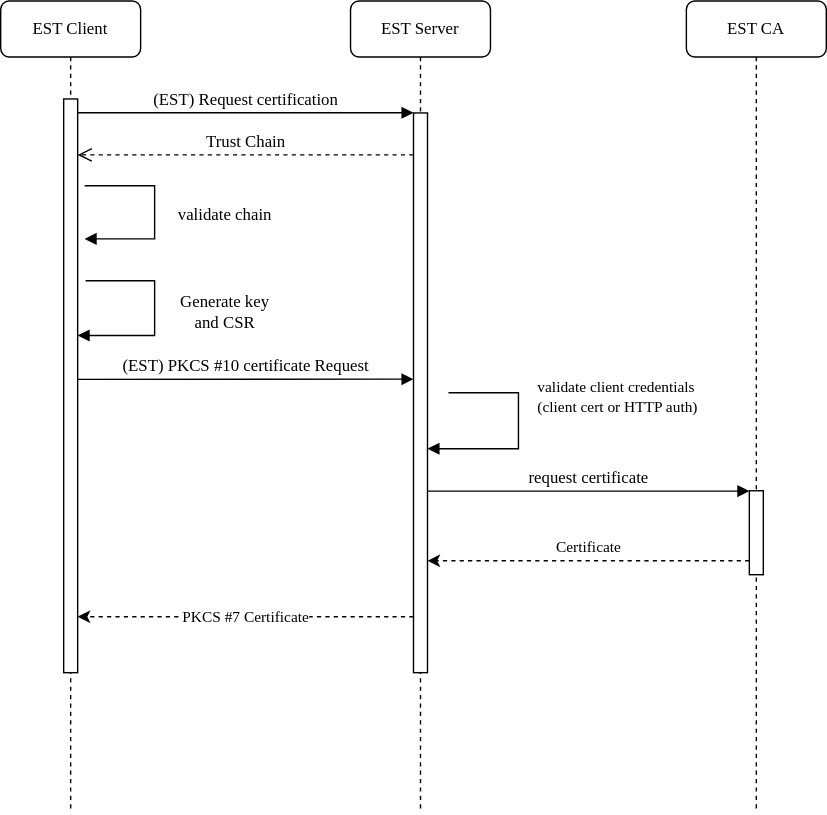
The draw.io diagram doc/EST process.drawio.svg in Cumulocity-IoT/cumulocity-pki-integration, before a commit. Source tidied: cells renumbered, new cells last; positions are measured from the earlier drawing's top-left corner, leaving out a move shared by most shapes. The source it was exported from:
```xml
<mxGraphModel>
  <root>
    <mxCell id="0" />
    <mxCell id="1" parent="0" />
    <mxCell id="2" value="EST Client" style="shape=umlLifeline;perimeter=lifelinePerimeter;whiteSpace=wrap;html=1;rounded=1;shadow=0;comic=0;labelBackgroundColor=none;strokeWidth=1;fontFamily=Verdana;fontSize=12;align=center;" parent="1" vertex="1">
      <mxGeometry width="100" height="580" as="geometry" />
    </mxCell>
    <mxCell id="3" value="EST Server" style="shape=umlLifeline;perimeter=lifelinePerimeter;whiteSpace=wrap;html=1;rounded=1;shadow=0;comic=0;labelBackgroundColor=none;strokeWidth=1;fontFamily=Verdana;fontSize=12;align=center;" parent="1" vertex="1">
      <mxGeometry x="250" width="100" height="580" as="geometry" />
    </mxCell>
    <mxCell id="4" style="html=1;points=[];perimeter=orthogonalPerimeter;rounded=0;shadow=0;comic=0;labelBackgroundColor=none;strokeWidth=1;fontFamily=Verdana;fontSize=12;align=center;" parent="3" vertex="1">
      <mxGeometry x="-205" y="70" width="10" height="410" as="geometry" />
    </mxCell>
    <mxCell id="5" value="PKCS #7 Certificate" style="edgeStyle=orthogonalEdgeStyle;rounded=0;jettySize=auto;html=1;dashed=1;fontFamily=Verdana;" parent="3" edge="1" source="6" target="4">
      <mxGeometry relative="1" as="geometry">
        <Array as="points">
          <mxPoint x="-150" y="440" />
          <mxPoint x="-150" y="440" />
        </Array>
      </mxGeometry>
    </mxCell>
    <mxCell id="6" style="html=1;points=[];perimeter=orthogonalPerimeter;rounded=0;shadow=0;comic=0;labelBackgroundColor=none;strokeWidth=1;fontFamily=Verdana;fontSize=12;align=center;" parent="3" vertex="1">
      <mxGeometry x="45" y="80" width="10" height="400" as="geometry" />
    </mxCell>
    <mxCell id="7" value="(EST) Request certification" style="html=1;verticalAlign=bottom;endArrow=block;entryX=0;entryY=0;labelBackgroundColor=none;fontFamily=Verdana;fontSize=12;edgeStyle=elbowEdgeStyle;elbow=vertical;" parent="3" edge="1" source="4" target="6">
      <mxGeometry relative="1" as="geometry" />
    </mxCell>
    <mxCell id="8" value="Trust Chain" style="html=1;verticalAlign=bottom;endArrow=open;dashed=1;endSize=8;labelBackgroundColor=none;fontFamily=Verdana;fontSize=12;edgeStyle=elbowEdgeStyle;elbow=vertical;" parent="3" edge="1" source="6" target="4">
      <mxGeometry relative="1" as="geometry">
        <Array as="points">
          <mxPoint x="-10" y="110" />
          <mxPoint x="20" y="110" />
        </Array>
      </mxGeometry>
    </mxCell>
    <mxCell id="9" value="validate chain" style="html=1;verticalAlign=bottom;endArrow=block;labelBackgroundColor=none;fontFamily=Verdana;fontSize=12;elbow=vertical;edgeStyle=orthogonalEdgeStyle;entryX=1;entryY=0.286;entryPerimeter=0;rounded=0;" parent="3" edge="1">
      <mxGeometry x="0.16" y="50" relative="1" as="geometry">
        <mxPoint x="-190" y="132" as="sourcePoint" />
        <mxPoint x="-190" y="170" as="targetPoint" />
        <Array as="points">
          <mxPoint x="-140" y="132" />
          <mxPoint x="-140" y="170" />
        </Array>
      </mxGeometry>
    </mxCell>
    <mxCell id="10" value="Generate key&lt;br&gt;and CSR" style="html=1;verticalAlign=bottom;endArrow=block;labelBackgroundColor=none;fontFamily=Verdana;fontSize=12;elbow=vertical;edgeStyle=orthogonalEdgeStyle;exitX=1.066;exitY=0.713;exitPerimeter=0;rounded=0;" parent="3" edge="1">
      <mxGeometry x="0.23" y="-50" relative="1" as="geometry">
        <mxPoint x="-189.3" y="199.9" as="sourcePoint" />
        <mxPoint x="-195" y="239" as="targetPoint" />
        <Array as="points">
          <mxPoint x="-140" y="200" />
          <mxPoint x="-140" y="239" />
        </Array>
        <mxPoint x="50" y="50" as="offset" />
      </mxGeometry>
    </mxCell>
    <mxCell id="11" value="validate client credentials &lt;br&gt;(client cert or HTTP auth)" style="edgeStyle=orthogonalEdgeStyle;html=1;align=left;spacingLeft=2;endArrow=block;rounded=0;fontFamily=Verdana;" parent="3" edge="1" target="6">
      <mxGeometry x="-0.31" y="10" relative="1" as="geometry">
        <mxPoint x="70" y="280" as="sourcePoint" />
        <Array as="points">
          <mxPoint x="120" y="280" />
          <mxPoint x="120" y="320" />
        </Array>
      </mxGeometry>
    </mxCell>
    <mxCell id="12" value="EST CA" style="shape=umlLifeline;perimeter=lifelinePerimeter;whiteSpace=wrap;html=1;rounded=1;shadow=0;comic=0;labelBackgroundColor=none;strokeWidth=1;fontFamily=Verdana;fontSize=12;align=center;" parent="1" vertex="1">
      <mxGeometry x="490" width="100" height="580" as="geometry" />
    </mxCell>
    <mxCell id="13" style="html=1;points=[];perimeter=orthogonalPerimeter;rounded=0;shadow=0;comic=0;labelBackgroundColor=none;strokeWidth=1;fontFamily=Verdana;fontSize=12;align=center;" parent="12" vertex="1">
      <mxGeometry x="45" y="350" width="10" height="60" as="geometry" />
    </mxCell>
    <mxCell id="14" value="request certificate" style="html=1;verticalAlign=bottom;endArrow=block;entryX=0;entryY=0;labelBackgroundColor=none;fontFamily=Verdana;fontSize=12;edgeStyle=elbowEdgeStyle;elbow=vertical;" parent="1" edge="1" source="6" target="13">
      <mxGeometry relative="1" as="geometry" />
    </mxCell>
    <mxCell id="15" value="(EST) PKCS #10 certificate Request" style="html=1;verticalAlign=bottom;endArrow=block;entryX=0;entryY=0;labelBackgroundColor=none;fontFamily=Verdana;fontSize=12;edgeStyle=elbowEdgeStyle;elbow=vertical;" parent="1" edge="1">
      <mxGeometry relative="1" as="geometry">
        <mxPoint x="55" y="270.4" as="sourcePoint" />
        <mxPoint x="295" y="270.1" as="targetPoint" />
      </mxGeometry>
    </mxCell>
    <mxCell id="16" value="Certificate" style="edgeStyle=orthogonalEdgeStyle;rounded=0;jettySize=auto;html=1;dashed=1;fontFamily=Verdana;" parent="1" edge="1" source="13" target="6">
      <mxGeometry y="-10" relative="1" as="geometry">
        <Array as="points">
          <mxPoint x="470" y="400" />
          <mxPoint x="470" y="400" />
        </Array>
      </mxGeometry>
    </mxCell>
  </root>
</mxGraphModel>
```
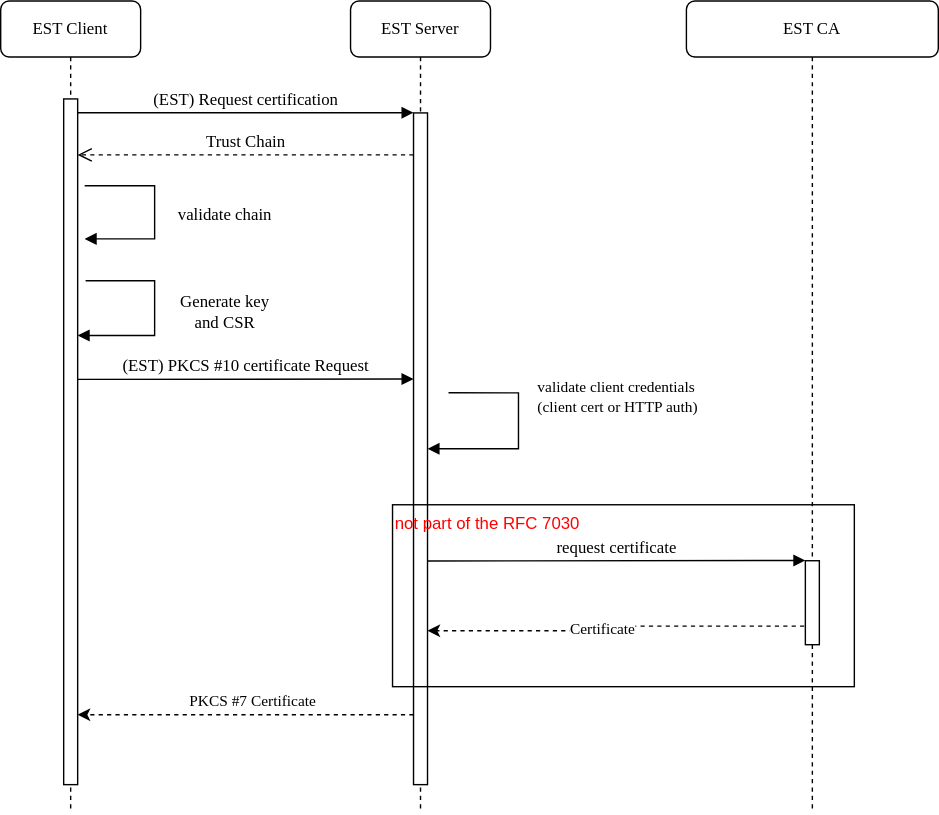
Later version of the same file.

What changed in the source:
```diff
@@ -9,18 +9,18 @@
       <mxGeometry x="250" width="100" height="580" as="geometry" />
     </mxCell>
     <mxCell id="4" style="html=1;points=[];perimeter=orthogonalPerimeter;rounded=0;shadow=0;comic=0;labelBackgroundColor=none;strokeWidth=1;fontFamily=Verdana;fontSize=12;align=center;" parent="3" vertex="1">
-      <mxGeometry x="-205" y="70" width="10" height="410" as="geometry" />
+      <mxGeometry x="-205" y="70" width="10" height="490" as="geometry" />
     </mxCell>
     <mxCell id="5" value="PKCS #7 Certificate" style="edgeStyle=orthogonalEdgeStyle;rounded=0;jettySize=auto;html=1;dashed=1;fontFamily=Verdana;" parent="3" edge="1" source="6" target="4">
-      <mxGeometry relative="1" as="geometry">
+      <mxGeometry x="-0.04" y="-10" relative="1" as="geometry">
         <Array as="points">
-          <mxPoint x="-150" y="440" />
-          <mxPoint x="-150" y="440" />
+          <mxPoint x="-60" y="510" />
+          <mxPoint x="-60" y="510" />
         </Array>
       </mxGeometry>
     </mxCell>
     <mxCell id="6" style="html=1;points=[];perimeter=orthogonalPerimeter;rounded=0;shadow=0;comic=0;labelBackgroundColor=none;strokeWidth=1;fontFamily=Verdana;fontSize=12;align=center;" parent="3" vertex="1">
-      <mxGeometry x="45" y="80" width="10" height="400" as="geometry" />
+      <mxGeometry x="45" y="80" width="10" height="480" as="geometry" />
     </mxCell>
     <mxCell id="7" value="(EST) Request certification" style="html=1;verticalAlign=bottom;endArrow=block;entryX=0;entryY=0;labelBackgroundColor=none;fontFamily=Verdana;fontSize=12;edgeStyle=elbowEdgeStyle;elbow=vertical;" parent="3" edge="1" source="4" target="6">
       <mxGeometry relative="1" as="geometry" />
@@ -64,13 +64,15 @@
       </mxGeometry>
     </mxCell>
     <mxCell id="12" value="EST CA" style="shape=umlLifeline;perimeter=lifelinePerimeter;whiteSpace=wrap;html=1;rounded=1;shadow=0;comic=0;labelBackgroundColor=none;strokeWidth=1;fontFamily=Verdana;fontSize=12;align=center;" parent="1" vertex="1">
-      <mxGeometry x="490" width="100" height="580" as="geometry" />
+      <mxGeometry x="490" width="180" height="580" as="geometry" />
     </mxCell>
     <mxCell id="13" style="html=1;points=[];perimeter=orthogonalPerimeter;rounded=0;shadow=0;comic=0;labelBackgroundColor=none;strokeWidth=1;fontFamily=Verdana;fontSize=12;align=center;" parent="12" vertex="1">
-      <mxGeometry x="45" y="350" width="10" height="60" as="geometry" />
+      <mxGeometry x="85" y="400" width="10" height="60" as="geometry" />
     </mxCell>
-    <mxCell id="14" value="request certificate" style="html=1;verticalAlign=bottom;endArrow=block;entryX=0;entryY=0;labelBackgroundColor=none;fontFamily=Verdana;fontSize=12;edgeStyle=elbowEdgeStyle;elbow=vertical;" parent="1" edge="1" source="6" target="13">
-      <mxGeometry relative="1" as="geometry" />
+    <mxCell id="14" value="request certificate" style="html=1;verticalAlign=bottom;endArrow=block;entryX=0;entryY=0;labelBackgroundColor=none;fontFamily=Verdana;fontSize=12;edgeStyle=elbowEdgeStyle;elbow=vertical;" parent="1" edge="1" target="13">
+      <mxGeometry relative="1" as="geometry">
+        <mxPoint x="305" y="400.2" as="sourcePoint" />
+      </mxGeometry>
     </mxCell>
     <mxCell id="15" value="(EST) PKCS #10 certificate Request" style="html=1;verticalAlign=bottom;endArrow=block;entryX=0;entryY=0;labelBackgroundColor=none;fontFamily=Verdana;fontSize=12;edgeStyle=elbowEdgeStyle;elbow=vertical;" parent="1" edge="1">
       <mxGeometry relative="1" as="geometry">
@@ -78,13 +80,13 @@
         <mxPoint x="295" y="270.1" as="targetPoint" />
       </mxGeometry>
     </mxCell>
-    <mxCell id="16" value="Certificate" style="edgeStyle=orthogonalEdgeStyle;rounded=0;jettySize=auto;html=1;dashed=1;fontFamily=Verdana;" parent="1" edge="1" source="13" target="6">
+    <mxCell id="16" value="Certificate" style="edgeStyle=orthogonalEdgeStyle;rounded=0;jettySize=auto;html=1;dashed=1;fontFamily=Verdana;startArrow=none;exitX=-0.079;exitY=0.779;exitDx=0;exitDy=0;exitPerimeter=0;" parent="1" edge="1" source="13">
       <mxGeometry y="-10" relative="1" as="geometry">
-        <Array as="points">
-          <mxPoint x="470" y="400" />
-          <mxPoint x="470" y="400" />
-        </Array>
+        <mxPoint x="305" y="450" as="targetPoint" />
       </mxGeometry>
     </mxCell>
+    <mxCell id="17" value="not part of the RFC 7030" style="rounded=0;whiteSpace=wrap;html=1;verticalAlign=top;fillColor=none;align=left;fontColor=#FF0000;" parent="1" vertex="1">
+      <mxGeometry x="280" y="360" width="330" height="130" as="geometry" />
+    </mxCell>
   </root>
 </mxGraphModel>
```
